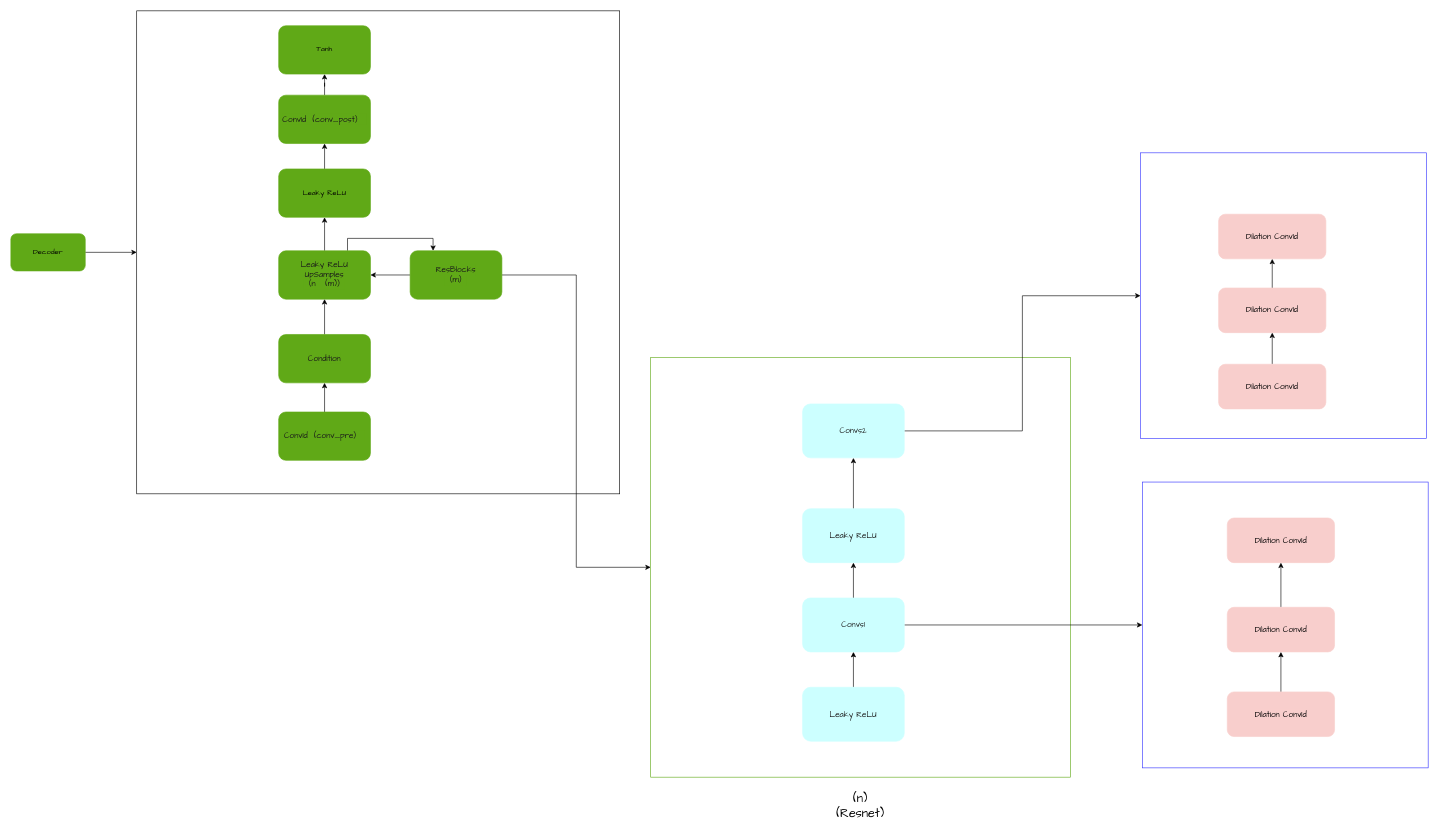
Earlier version of the draw.io diagram Decoder.drawio (Paramoeciu-bug/vits). Source tidied: cells renumbered, new cells numbered last; positions are measured from the earlier drawing's top-left corner, leaving out a move shared by most shapes. Both pictures are drawn from the tidied source at 62%, with x=0, y=0 at pixel (11, 11).
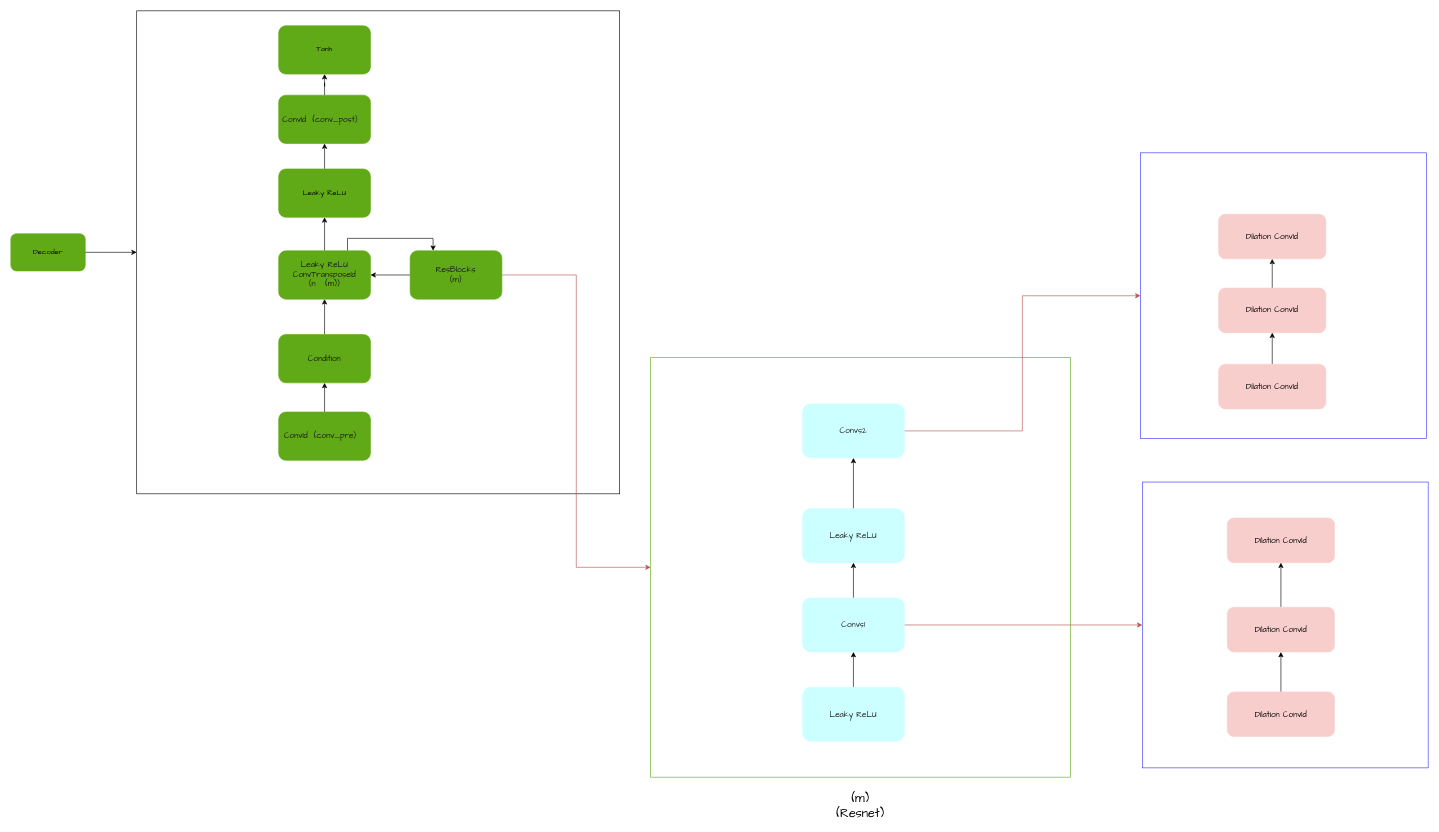
The same diagram, later.

Unchanged cells that the change refers to:
```xml
<mxCell id="14" value="&lt;font color=&quot;#1a1a1a&quot;&gt;&lt;span style=&quot;font-size: 13.0667px; background-color: rgb(96, 169, 23);&quot;&gt;ResBlocks&lt;br&gt;（m）&lt;/span&gt;&lt;/font&gt;" style="rounded=1;whiteSpace=wrap;html=1;fontColor=default;fillColor=#60A917;strokeColor=#60A917;fontFamily=Comic Sans MS;" parent="1" vertex="1">
  <mxGeometry x="644" y="387" width="148" height="78" as="geometry" />
</mxCell>
<mxCell id="25" value="&lt;div style=&quot;&quot;&gt;&lt;div style=&quot;font-size: 9.8pt;&quot;&gt;Convs1&lt;/div&gt;&lt;/div&gt;" style="rounded=1;whiteSpace=wrap;html=1;fontColor=#1A1A1A;labelBackgroundColor=#CCFFFF;strokeColor=#CCFFFF;fillColor=#CCFFFF;fontFamily=Comic Sans MS;" parent="1" vertex="1">
  <mxGeometry x="1277" y="947" width="164" height="87" as="geometry" />
</mxCell>
<mxCell id="29" value="&lt;div style=&quot;&quot;&gt;&lt;div style=&quot;font-size: 9.8pt;&quot;&gt;Convs2&lt;/div&gt;&lt;/div&gt;" style="rounded=1;whiteSpace=wrap;html=1;fontColor=#1A1A1A;labelBackgroundColor=#CCFFFF;strokeColor=#CCFFFF;fillColor=#CCFFFF;fontFamily=Comic Sans MS;" parent="1" vertex="1">
  <mxGeometry x="1277" y="634" width="164" height="87" as="geometry" />
</mxCell>
<mxCell id="30" style="whiteSpace=wrap;html=1;strokeColor=#3333FF;" parent="1" vertex="1">
  <mxGeometry x="1825" y="760" width="461" height="461" as="geometry" />
</mxCell>
<mxCell id="36" style="whiteSpace=wrap;html=1;strokeColor=#3333FF;" parent="1" vertex="1">
  <mxGeometry x="1822" y="229" width="461" height="461" as="geometry" />
</mxCell>
```

Change to the diagram source:
```diff
@@
-    <mxCell id="9" value="&lt;font face=&quot;Comic Sans MS&quot; color=&quot;#1a1a1a&quot;&gt;&lt;span style=&quot;font-size: 13.0667px; background-color: rgb(96, 169, 23);&quot;&gt;Leaky ReLU&lt;br&gt;UpSamples&lt;br&gt;（n&amp;nbsp; &amp;nbsp;(m)）&lt;/span&gt;&lt;/font&gt;" style="rounded=1;whiteSpace=wrap;html=1;fontColor=default;fillColor=#60A917;strokeColor=#60A917;" parent="1" vertex="1">
+    <mxCell id="9" value="&lt;font face=&quot;Comic Sans MS&quot; color=&quot;#1a1a1a&quot;&gt;&lt;span style=&quot;font-size: 13.0667px; background-color: rgb(96, 169, 23);&quot;&gt;Leaky ReLU&lt;br&gt;ConvTranspose1d&lt;br&gt;（n&amp;nbsp; &amp;nbsp;(m)）&lt;/span&gt;&lt;/font&gt;" style="rounded=1;whiteSpace=wrap;html=1;fontColor=default;fillColor=#60A917;strokeColor=#60A917;" parent="1" vertex="1">
       <mxGeometry x="432" y="387" width="148" height="78" as="geometry" />
     </mxCell>
@@
-    <mxCell id="13" style="edgeStyle=orthogonalEdgeStyle;rounded=0;jettySize=auto;html=1;entryX=0;entryY=0.5;entryDx=0;entryDy=0;" parent="1" edge="1" source="14" target="20">
+    <mxCell id="13" style="edgeStyle=orthogonalEdgeStyle;rounded=0;jettySize=auto;html=1;entryX=0;entryY=0.5;entryDx=0;entryDy=0;fillColor=#f8cecc;strokeColor=#b85450;" parent="1" edge="1" source="14" target="20">
       <mxGeometry relative="1" as="geometry" />
     </mxCell>
@@
-    <mxCell id="20" value="&lt;div&gt;&lt;font&gt;&lt;br&gt;&lt;/font&gt;&lt;/div&gt;&lt;div&gt;&lt;font&gt;&lt;br&gt;&lt;/font&gt;&lt;/div&gt;&lt;div&gt;&lt;font&gt;&lt;br&gt;&lt;/font&gt;&lt;/div&gt;&lt;div&gt;&lt;font&gt;&lt;br&gt;&lt;/font&gt;&lt;/div&gt;&lt;div&gt;&lt;font&gt;&lt;br&gt;&lt;/font&gt;&lt;/div&gt;&lt;div&gt;&lt;font&gt;&lt;br&gt;&lt;/font&gt;&lt;/div&gt;&lt;div&gt;&lt;font&gt;&lt;br&gt;&lt;/font&gt;&lt;/div&gt;&lt;div&gt;&lt;font&gt;&lt;br&gt;&lt;/font&gt;&lt;/div&gt;&lt;div&gt;&lt;font&gt;&lt;br&gt;&lt;/font&gt;&lt;/div&gt;&lt;div&gt;&lt;font&gt;&lt;br&gt;&lt;/font&gt;&lt;/div&gt;&lt;div&gt;&lt;font&gt;&lt;br&gt;&lt;/font&gt;&lt;/div&gt;&lt;div&gt;&lt;font&gt;&lt;br&gt;&lt;/font&gt;&lt;/div&gt;&lt;div&gt;&lt;font&gt;&lt;br&gt;&lt;/font&gt;&lt;/div&gt;&lt;div&gt;&lt;font&gt;&lt;br&gt;&lt;/font&gt;&lt;/div&gt;&lt;div&gt;&lt;font&gt;&lt;br&gt;&lt;/font&gt;&lt;/div&gt;&lt;div&gt;&lt;font&gt;&lt;br&gt;&lt;/font&gt;&lt;/div&gt;&lt;div&gt;&lt;font&gt;&lt;br&gt;&lt;/font&gt;&lt;/div&gt;&lt;div&gt;&lt;font&gt;&lt;br&gt;&lt;/font&gt;&lt;/div&gt;&lt;div&gt;&lt;font&gt;&lt;br&gt;&lt;/font&gt;&lt;/div&gt;&lt;div&gt;&lt;font&gt;&lt;br&gt;&lt;/font&gt;&lt;/div&gt;&lt;div&gt;&lt;font&gt;&lt;br&gt;&lt;/font&gt;&lt;/div&gt;&lt;div&gt;&lt;font&gt;&lt;br&gt;&lt;/font&gt;&lt;/div&gt;&lt;div&gt;&lt;font&gt;&lt;br&gt;&lt;/font&gt;&lt;/div&gt;&lt;div&gt;&lt;font&gt;&lt;br&gt;&lt;/font&gt;&lt;/div&gt;&lt;div&gt;&lt;font&gt;&lt;br&gt;&lt;/font&gt;&lt;/div&gt;&lt;div&gt;&lt;font&gt;&lt;br&gt;&lt;/font&gt;&lt;/div&gt;&lt;div&gt;&lt;font&gt;&lt;br&gt;&lt;/font&gt;&lt;/div&gt;&lt;div&gt;&lt;font&gt;&lt;br&gt;&lt;/font&gt;&lt;/div&gt;&lt;div&gt;&lt;font&gt;&lt;br&gt;&lt;/font&gt;&lt;/div&gt;&lt;div&gt;&lt;font&gt;&lt;br&gt;&lt;/font&gt;&lt;/div&gt;&lt;div&gt;&lt;font&gt;&lt;br&gt;&lt;/font&gt;&lt;/div&gt;&lt;div&gt;&lt;font&gt;&lt;br&gt;&lt;/font&gt;&lt;/div&gt;&lt;div&gt;&lt;font&gt;(n)&lt;/font&gt;&lt;/div&gt;&lt;div&gt;&lt;font&gt;(Resnet)&lt;/font&gt;&lt;/div&gt;" style="whiteSpace=wrap;html=1;strokeColor=#60A917;fontFamily=Comic Sans MS;fontSize=20;" parent="1" vertex="1">
+    <mxCell id="20" value="&lt;div&gt;&lt;font&gt;&lt;br&gt;&lt;/font&gt;&lt;/div&gt;&lt;div&gt;&lt;font&gt;&lt;br&gt;&lt;/font&gt;&lt;/div&gt;&lt;div&gt;&lt;font&gt;&lt;br&gt;&lt;/font&gt;&lt;/div&gt;&lt;div&gt;&lt;font&gt;&lt;br&gt;&lt;/font&gt;&lt;/div&gt;&lt;div&gt;&lt;font&gt;&lt;br&gt;&lt;/font&gt;&lt;/div&gt;&lt;div&gt;&lt;font&gt;&lt;br&gt;&lt;/font&gt;&lt;/div&gt;&lt;div&gt;&lt;font&gt;&lt;br&gt;&lt;/font&gt;&lt;/div&gt;&lt;div&gt;&lt;font&gt;&lt;br&gt;&lt;/font&gt;&lt;/div&gt;&lt;div&gt;&lt;font&gt;&lt;br&gt;&lt;/font&gt;&lt;/div&gt;&lt;div&gt;&lt;font&gt;&lt;br&gt;&lt;/font&gt;&lt;/div&gt;&lt;div&gt;&lt;font&gt;&lt;br&gt;&lt;/font&gt;&lt;/div&gt;&lt;div&gt;&lt;font&gt;&lt;br&gt;&lt;/font&gt;&lt;/div&gt;&lt;div&gt;&lt;font&gt;&lt;br&gt;&lt;/font&gt;&lt;/div&gt;&lt;div&gt;&lt;font&gt;&lt;br&gt;&lt;/font&gt;&lt;/div&gt;&lt;div&gt;&lt;font&gt;&lt;br&gt;&lt;/font&gt;&lt;/div&gt;&lt;div&gt;&lt;font&gt;&lt;br&gt;&lt;/font&gt;&lt;/div&gt;&lt;div&gt;&lt;font&gt;&lt;br&gt;&lt;/font&gt;&lt;/div&gt;&lt;div&gt;&lt;font&gt;&lt;br&gt;&lt;/font&gt;&lt;/div&gt;&lt;div&gt;&lt;font&gt;&lt;br&gt;&lt;/font&gt;&lt;/div&gt;&lt;div&gt;&lt;font&gt;&lt;br&gt;&lt;/font&gt;&lt;/div&gt;&lt;div&gt;&lt;font&gt;&lt;br&gt;&lt;/font&gt;&lt;/div&gt;&lt;div&gt;&lt;font&gt;&lt;br&gt;&lt;/font&gt;&lt;/div&gt;&lt;div&gt;&lt;font&gt;&lt;br&gt;&lt;/font&gt;&lt;/div&gt;&lt;div&gt;&lt;font&gt;&lt;br&gt;&lt;/font&gt;&lt;/div&gt;&lt;div&gt;&lt;font&gt;&lt;br&gt;&lt;/font&gt;&lt;/div&gt;&lt;div&gt;&lt;font&gt;&lt;br&gt;&lt;/font&gt;&lt;/div&gt;&lt;div&gt;&lt;font&gt;&lt;br&gt;&lt;/font&gt;&lt;/div&gt;&lt;div&gt;&lt;font&gt;&lt;br&gt;&lt;/font&gt;&lt;/div&gt;&lt;div&gt;&lt;font&gt;&lt;br&gt;&lt;/font&gt;&lt;/div&gt;&lt;div&gt;&lt;font&gt;&lt;br&gt;&lt;/font&gt;&lt;/div&gt;&lt;div&gt;&lt;font&gt;&lt;br&gt;&lt;/font&gt;&lt;/div&gt;&lt;div&gt;&lt;font&gt;&lt;br&gt;&lt;/font&gt;&lt;/div&gt;&lt;div&gt;&lt;font&gt;(m)&lt;/font&gt;&lt;/div&gt;&lt;div&gt;&lt;font&gt;(Resnet)&lt;/font&gt;&lt;/div&gt;" style="whiteSpace=wrap;html=1;strokeColor=#60A917;fontFamily=Comic Sans MS;fontSize=20;" parent="1" vertex="1">
       <mxGeometry x="1032" y="559" width="677" height="677" as="geometry" />
     </mxCell>
@@
-    <mxCell id="24" style="edgeStyle=orthogonalEdgeStyle;rounded=0;jettySize=auto;html=1;" parent="1" edge="1" source="25" target="30">
+    <mxCell id="24" style="edgeStyle=orthogonalEdgeStyle;rounded=0;jettySize=auto;html=1;fillColor=#f8cecc;strokeColor=#b85450;" parent="1" edge="1" source="25" target="30">
       <mxGeometry relative="1" as="geometry" />
     </mxCell>
@@
-    <mxCell id="28" style="edgeStyle=orthogonalEdgeStyle;rounded=0;jettySize=auto;html=1;" parent="1" edge="1" source="29" target="36">
+    <mxCell id="28" style="edgeStyle=orthogonalEdgeStyle;rounded=0;jettySize=auto;html=1;fillColor=#f8cecc;strokeColor=#b85450;" parent="1" edge="1" source="29" target="36">
       <mxGeometry relative="1" as="geometry" />
     </mxCell>
```
